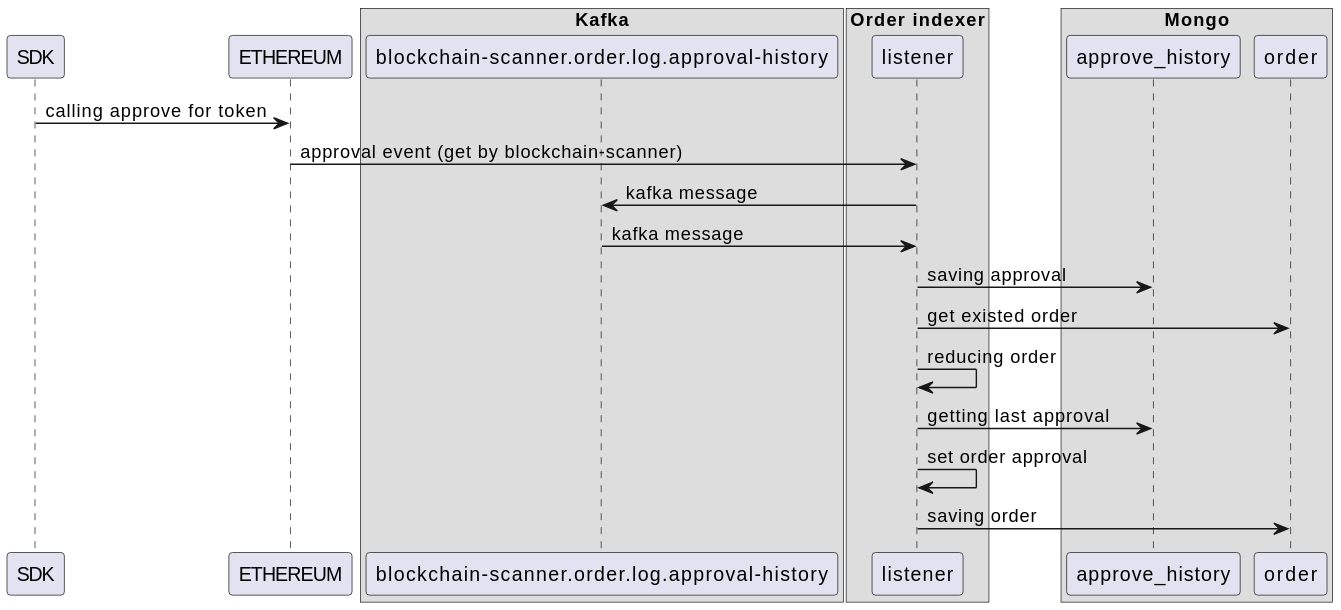
Before: docs/diagrams/svg/sell_order_change_approval.svg, a diagram exported from PlantUML (rarible/ethereum-indexer-public). Its diagram source:
```plantuml
@startuml
SDK -> ETHEREUM: calling approve for token
ETHEREUM -> listener: approval event (get by blockchain-scanner)
listener -> "blockchain-scanner.order.log.approval-history" : kafka message
"blockchain-scanner.order.log.approval-history" -> listener: kafka message
listener -> approve_history: saving approval
listener -> order: get existed order
listener -> listener: reducing order
listener -> approve_history: getting last approval
listener -> listener: set order approval
listener -> order: saving order

box "Kafka"
participant "blockchain-scanner.order.log.approval-history"
end box

box "Order indexer"
participant listener
end box

box "Mongo"
participant approve_history
participant order
end box
@enduml
```
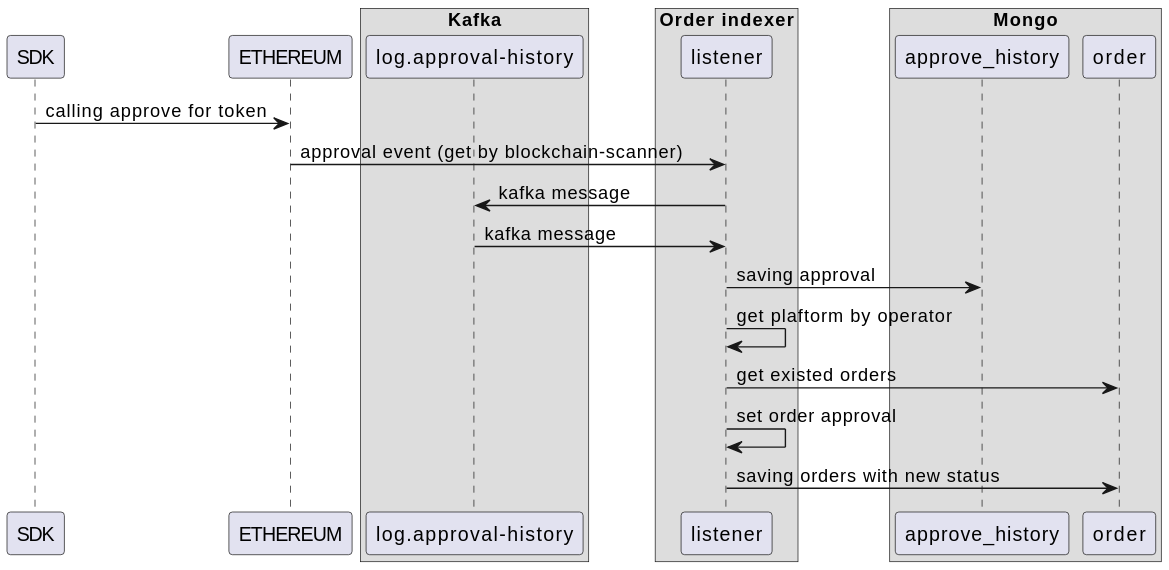
Above is the later version.

What changed in the source:
```diff
@@ -1,17 +1,16 @@
 @startuml
 SDK -> ETHEREUM: calling approve for token
 ETHEREUM -> listener: approval event (get by blockchain-scanner)
-listener -> "blockchain-scanner.order.log.approval-history" : kafka message
-"blockchain-scanner.order.log.approval-history" -> listener: kafka message
+listener -> "log.approval-history" : kafka message
+"log.approval-history" -> listener: kafka message
 listener -> approve_history: saving approval
-listener -> order: get existed order
-listener -> listener: reducing order
-listener -> approve_history: getting last approval
+listener -> listener: get plaftorm by operator
+listener -> order: get existed orders
 listener -> listener: set order approval
-listener -> order: saving order
+listener -> order: saving orders with new status
 
 box "Kafka"
-participant "blockchain-scanner.order.log.approval-history"
+participant "log.approval-history"
 end box
 
 box "Order indexer"
```
